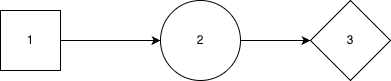
Earlier version of the draw.io export test.drawio.png (AntonBagatskyi/TestTaskJson). Source tidied: cells renumbered, new cells last; positions are measured from the earlier drawing's top-left corner, leaving out a move shared by most shapes.
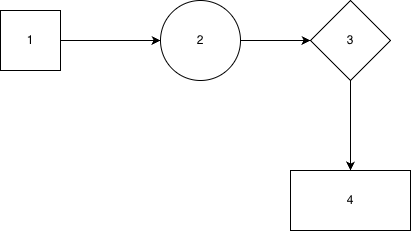
The same diagram one commit later.

The edit, as a diff of the source:
```diff
@@ -14,8 +14,14 @@
     <mxCell id="5" value="2" style="ellipse;whiteSpace=wrap;html=1;" parent="1" vertex="1">
       <mxGeometry x="160" width="80" height="80" as="geometry" />
     </mxCell>
+    <mxCell id="7" style="edgeStyle=orthogonalEdgeStyle;rounded=0;jettySize=auto;html=1;" parent="1" edge="1" source="6" target="8">
+      <mxGeometry relative="1" as="geometry" />
+    </mxCell>
     <mxCell id="6" value="3" style="rhombus;whiteSpace=wrap;html=1;" parent="1" vertex="1">
       <mxGeometry x="310" width="80" height="80" as="geometry" />
     </mxCell>
+    <mxCell id="8" value="4" style="whiteSpace=wrap;html=1;" parent="1" vertex="1">
+      <mxGeometry x="290" y="170" width="120" height="60" as="geometry" />
+    </mxCell>
   </root>
 </mxGraphModel>
```
